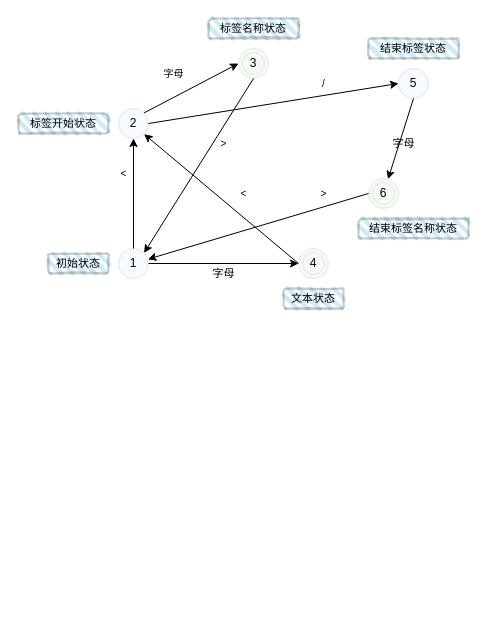
Before: page "解析器" (2 of 3) of books/Vue.js设计与实现/vue.js 3.drawio in yzqzy/notes, a draw.io diagram. Source tidied: cells renumbered, new cells numbered last; positions are measured from the earlier drawing's top-left corner, leaving out a move shared by most shapes. Both pictures are drawn from the tidied source at 100%, with x=0, y=0 at pixel (18, 18).
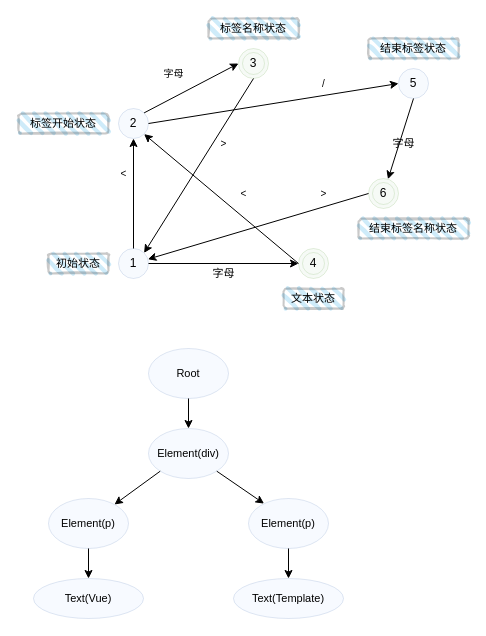
The same page after the edit.

Change to the diagram source:
```diff
@@
+    <mxCell id="30" value="Root" style="ellipse;whiteSpace=wrap;html=1;rounded=0;shadow=0;fontSize=11;strokeColor=#6c8ebf;opacity=21;fillColor=#dae8fc;" parent="1" vertex="1">
+      <mxGeometry x="130" y="330" width="80" height="50" as="geometry" />
+    </mxCell>
+    <mxCell id="31" value="Element(div)" style="ellipse;whiteSpace=wrap;html=1;rounded=0;shadow=0;fontSize=11;strokeColor=#6c8ebf;opacity=21;fillColor=#dae8fc;" parent="1" vertex="1">
+      <mxGeometry x="130" y="410" width="80" height="50" as="geometry" />
+    </mxCell>
+    <mxCell id="32" value="Element(p)" style="ellipse;whiteSpace=wrap;html=1;rounded=0;shadow=0;fontSize=11;strokeColor=#6c8ebf;opacity=21;fillColor=#dae8fc;" parent="1" vertex="1">
+      <mxGeometry x="30" y="480" width="80" height="50" as="geometry" />
+    </mxCell>
+    <mxCell id="33" value="Element(p)" style="ellipse;whiteSpace=wrap;html=1;rounded=0;shadow=0;fontSize=11;strokeColor=#6c8ebf;opacity=21;fillColor=#dae8fc;" parent="1" vertex="1">
+      <mxGeometry x="230" y="480" width="80" height="50" as="geometry" />
+    </mxCell>
+    <mxCell id="34" value="Text(Template)" style="ellipse;whiteSpace=wrap;html=1;rounded=0;shadow=0;fontSize=11;strokeColor=#6c8ebf;opacity=21;fillColor=#dae8fc;" parent="1" vertex="1">
+      <mxGeometry x="215" y="560" width="110" height="40" as="geometry" />
+    </mxCell>
+    <mxCell id="35" value="Text(Vue)" style="ellipse;whiteSpace=wrap;html=1;rounded=0;shadow=0;fontSize=11;strokeColor=#6c8ebf;opacity=21;fillColor=#dae8fc;" parent="1" vertex="1">
+      <mxGeometry x="15" y="560" width="110" height="40" as="geometry" />
+    </mxCell>
+    <mxCell id="36" style="endArrow=classic;html=1;rounded=0;fontSize=11;fontColor=#000000;exitX=0.5;exitY=1;exitDx=0;exitDy=0;entryX=0.5;entryY=0;entryDx=0;entryDy=0;" parent="1" edge="1" source="30" target="31">
+      <mxGeometry relative="1" as="geometry" />
+    </mxCell>
+    <mxCell id="37" style="endArrow=classic;html=1;rounded=0;fontSize=11;fontColor=#000000;exitX=0;exitY=1;exitDx=0;exitDy=0;" parent="1" edge="1" source="31" target="32">
+      <mxGeometry relative="1" as="geometry" />
+    </mxCell>
+    <mxCell id="38" style="endArrow=classic;html=1;rounded=0;fontSize=11;fontColor=#000000;exitX=1;exitY=1;exitDx=0;exitDy=0;entryX=0.194;entryY=0.102;entryDx=0;entryDy=0;entryPerimeter=0;" parent="1" edge="1" source="31" target="33">
+      <mxGeometry relative="1" as="geometry" />
+    </mxCell>
+    <mxCell id="39" style="endArrow=classic;html=1;rounded=0;fontSize=11;fontColor=#000000;exitX=0.5;exitY=1;exitDx=0;exitDy=0;entryX=0.5;entryY=0;entryDx=0;entryDy=0;" parent="1" edge="1" source="32" target="35">
+      <mxGeometry relative="1" as="geometry" />
+    </mxCell>
+    <mxCell id="40" style="endArrow=classic;html=1;rounded=0;fontSize=11;fontColor=#000000;exitX=0.5;exitY=1;exitDx=0;exitDy=0;entryX=0.5;entryY=0;entryDx=0;entryDy=0;" parent="1" edge="1" source="33" target="34">
+      <mxGeometry relative="1" as="geometry" />
+    </mxCell>
```
